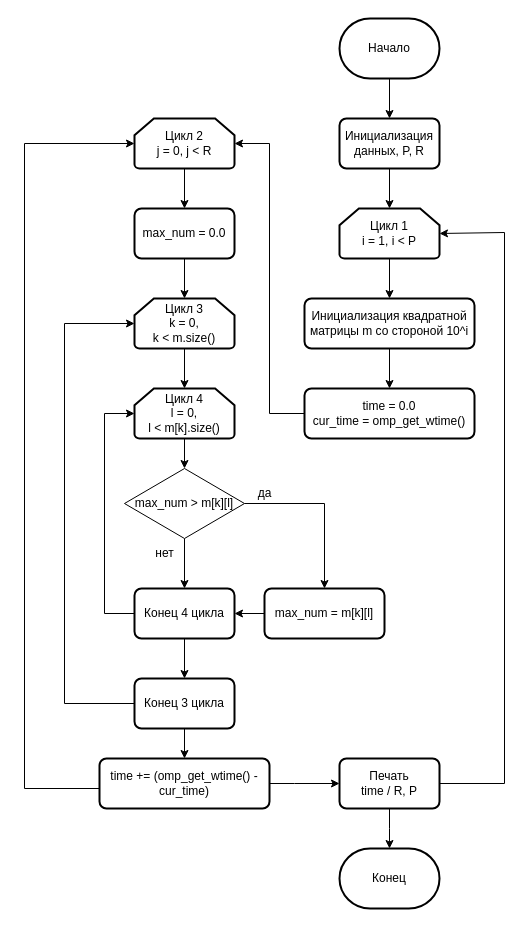
dyukoffv4/KustKust keeps this draw.io diagram as TestSQL/Panin_PA.drawio. Above is the earlier version. Source tidied: cells renumbered, new cells numbered last; positions are measured from the earlier drawing's top-left corner, leaving out a move shared by most shapes. Both pictures are drawn from the tidied source at 100%, with x=0, y=0 at pixel (24, 18).
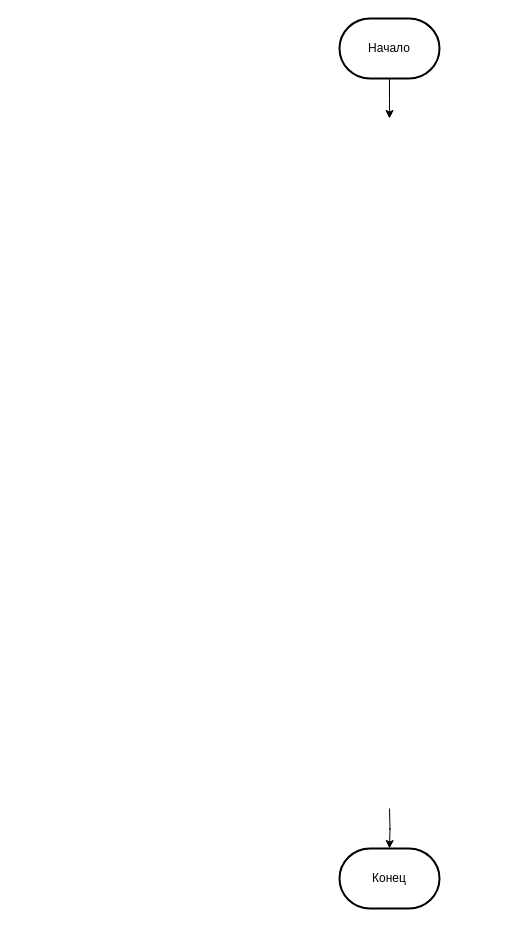
Above is the later version.

Unchanged cells that the change refers to:
```xml
<mxCell id="3" value="Начало" style="strokeWidth=2;html=1;shape=mxgraph.flowchart.terminator;whiteSpace=wrap;" parent="1" vertex="1">
  <mxGeometry x="315" width="100" height="60" as="geometry" />
</mxCell>
```

The edit, as a diff of the source:
```diff
@@
-    <mxCell id="2" style="edgeStyle=orthogonalEdgeStyle;rounded=0;jettySize=auto;html=1;" parent="1" edge="1" source="3" target="5">
-      <mxGeometry relative="1" as="geometry" />
+    <mxCell id="2" style="edgeStyle=orthogonalEdgeStyle;rounded=0;jettySize=auto;html=1;" parent="1" edge="1" source="3">
+      <mxGeometry relative="1" as="geometry">
+        <mxPoint x="365" y="100" as="targetPoint" />
+      </mxGeometry>
     </mxCell>
@@
-    <mxCell id="4" style="edgeStyle=orthogonalEdgeStyle;rounded=0;jettySize=auto;html=1;" parent="1" edge="1" source="5" target="7">
-      <mxGeometry relative="1" as="geometry" />
-    </mxCell>
-    <mxCell id="5" value="Инициализация данных, P, R" style="rounded=1;whiteSpace=wrap;html=1;absoluteArcSize=1;arcSize=14;strokeWidth=2;" parent="1" vertex="1">
-      <mxGeometry x="315" y="100" width="100" height="50" as="geometry" />
-    </mxCell>
-    <mxCell id="6" style="edgeStyle=orthogonalEdgeStyle;rounded=0;jettySize=auto;html=1;entryX=0.5;entryY=0;entryDx=0;entryDy=0;" parent="1" edge="1" source="7" target="15">
-      <mxGeometry relative="1" as="geometry" />
-    </mxCell>
-    <mxCell id="7" value="Цикл 1&lt;br&gt;i = 1, i &amp;lt; P" style="strokeWidth=2;html=1;shape=mxgraph.flowchart.loop_limit;whiteSpace=wrap;" parent="1" vertex="1">
-      <mxGeometry x="315" y="190" width="100" height="50" as="geometry" />
-    </mxCell>
-    <mxCell id="8" style="edgeStyle=orthogonalEdgeStyle;rounded=0;jettySize=auto;html=1;" parent="1" edge="1" source="9" target="13">
-      <mxGeometry relative="1" as="geometry" />
-    </mxCell>
-    <mxCell id="9" value="Цикл 2&lt;br&gt;j = 0, j &amp;lt; R" style="strokeWidth=2;html=1;shape=mxgraph.flowchart.loop_limit;whiteSpace=wrap;" parent="1" vertex="1">
-      <mxGeometry x="110" y="100" width="100" height="50" as="geometry" />
-    </mxCell>
-    <mxCell id="10" value="Цикл 3&lt;br&gt;k = 0,&lt;br&gt;k &amp;lt; m.size()" style="strokeWidth=2;html=1;shape=mxgraph.flowchart.loop_limit;whiteSpace=wrap;" parent="1" vertex="1">
-      <mxGeometry x="110" y="280" width="100" height="50" as="geometry" />
-    </mxCell>
-    <mxCell id="11" style="edgeStyle=orthogonalEdgeStyle;rounded=0;jettySize=auto;html=1;entryX=1;entryY=0.5;entryDx=0;entryDy=0;" parent="1" edge="1" source="12" target="35">
-      <mxGeometry relative="1" as="geometry" />
-    </mxCell>
-    <mxCell id="12" value="max_num = m[k][l]" style="rounded=1;whiteSpace=wrap;html=1;absoluteArcSize=1;arcSize=14;strokeWidth=2;" parent="1" vertex="1">
-      <mxGeometry x="240" y="570" width="120" height="50" as="geometry" />
-    </mxCell>
-    <mxCell id="13" value="max_num = 0.0" style="rounded=1;whiteSpace=wrap;html=1;absoluteArcSize=1;arcSize=14;strokeWidth=2;" parent="1" vertex="1">
-      <mxGeometry x="110" y="190" width="100" height="50" as="geometry" />
-    </mxCell>
-    <mxCell id="14" style="edgeStyle=orthogonalEdgeStyle;rounded=0;jettySize=auto;html=1;entryX=0.5;entryY=0;entryDx=0;entryDy=0;" parent="1" edge="1" source="15" target="16">
-      <mxGeometry relative="1" as="geometry" />
-    </mxCell>
-    <mxCell id="15" value="Инициализация квадратной матрицы m со стороной 10^i" style="rounded=1;whiteSpace=wrap;html=1;absoluteArcSize=1;arcSize=14;strokeWidth=2;" parent="1" vertex="1">
-      <mxGeometry x="280" y="280" width="170" height="50" as="geometry" />
-    </mxCell>
-    <mxCell id="16" value="time = 0.0&lt;br&gt;cur_time = omp_get_wtime()" style="rounded=1;whiteSpace=wrap;html=1;absoluteArcSize=1;arcSize=14;strokeWidth=2;" parent="1" vertex="1">
-      <mxGeometry x="280" y="370" width="170" height="50" as="geometry" />
-    </mxCell>
-    <mxCell id="17" style="edgeStyle=orthogonalEdgeStyle;rounded=0;jettySize=auto;html=1;entryX=0;entryY=0.5;entryDx=0;entryDy=0;exitX=1;exitY=0.5;exitDx=0;exitDy=0;" parent="1" edge="1" source="18" target="19">
-      <mxGeometry relative="1" as="geometry">
-        <Array as="points">
-          <mxPoint x="270" y="765" />
-          <mxPoint x="270" y="765" />
-        </Array>
-      </mxGeometry>
-    </mxCell>
-    <mxCell id="18" value="time += (omp_get_wtime() - cur_time)" style="rounded=1;whiteSpace=wrap;html=1;absoluteArcSize=1;arcSize=14;strokeWidth=2;" parent="1" vertex="1">
-      <mxGeometry x="75" y="740" width="170" height="50" as="geometry" />
-    </mxCell>
-    <mxCell id="19" value="Печать&lt;br&gt;time / R, P" style="rounded=1;whiteSpace=wrap;html=1;absoluteArcSize=1;arcSize=14;strokeWidth=2;" parent="1" vertex="1">
-      <mxGeometry x="315" y="740" width="100" height="50" as="geometry" />
-    </mxCell>
@@
-    <mxCell id="21" style="edgeStyle=orthogonalEdgeStyle;rounded=0;jettySize=auto;html=1;entryX=1;entryY=0.5;entryDx=0;entryDy=0;entryPerimeter=0;" parent="1" edge="1" source="16" target="9">
-      <mxGeometry relative="1" as="geometry">
-        <Array as="points">
-          <mxPoint x="245" y="395" />
-          <mxPoint x="245" y="125" />
-        </Array>
-      </mxGeometry>
-    </mxCell>
-    <mxCell id="22" style="edgeStyle=orthogonalEdgeStyle;rounded=0;jettySize=auto;html=1;entryX=0.5;entryY=0;entryDx=0;entryDy=0;entryPerimeter=0;" parent="1" edge="1" source="13" target="10">
-      <mxGeometry relative="1" as="geometry" />
-    </mxCell>
-    <mxCell id="23" style="edgeStyle=orthogonalEdgeStyle;rounded=0;jettySize=auto;html=1;entryX=0.5;entryY=0;entryDx=0;entryDy=0;entryPerimeter=0;" parent="1" edge="1" source="19">
+    <mxCell id="23" style="edgeStyle=orthogonalEdgeStyle;rounded=0;orthogonalLoop=1;jettySize=auto;html=1;entryX=0.5;entryY=0;entryDx=0;entryDy=0;entryPerimeter=0;" parent="1" edge="1">
       <mxGeometry relative="1" as="geometry">
+        <mxPoint x="365" y="790" as="sourcePoint" />
         <mxPoint x="365" y="830" as="targetPoint" />
       </mxGeometry>
     </mxCell>
-    <mxCell id="24" style="edgeStyle=orthogonalEdgeStyle;rounded=0;jettySize=auto;html=1;entryX=1;entryY=0.5;entryDx=0;entryDy=0;entryPerimeter=0;" parent="1" edge="1" source="19" target="7">
-      <mxGeometry relative="1" as="geometry">
-        <Array as="points">
-          <mxPoint x="480" y="765" />
-          <mxPoint x="480" y="214" />
-          <mxPoint x="415" y="214" />
-        </Array>
-      </mxGeometry>
-    </mxCell>
-    <mxCell id="25" style="edgeStyle=orthogonalEdgeStyle;rounded=0;jettySize=auto;html=1;entryX=0;entryY=0.5;entryDx=0;entryDy=0;entryPerimeter=0;" parent="1" edge="1" source="18" target="9">
-      <mxGeometry relative="1" as="geometry">
-        <Array as="points">
-          <mxPoint y="770" />
-          <mxPoint y="125" />
-        </Array>
-      </mxGeometry>
-    </mxCell>
-    <mxCell id="26" style="edgeStyle=orthogonalEdgeStyle;rounded=0;jettySize=auto;html=1;entryX=0.5;entryY=0;entryDx=0;entryDy=0;" parent="1" edge="1" source="27" target="30">
-      <mxGeometry relative="1" as="geometry" />
-    </mxCell>
-    <mxCell id="27" value="Цикл 4&lt;br&gt;l = 0,&lt;br&gt;l &amp;lt; m[k].size()" style="strokeWidth=2;html=1;shape=mxgraph.flowchart.loop_limit;whiteSpace=wrap;" parent="1" vertex="1">
-      <mxGeometry x="110" y="370" width="100" height="50" as="geometry" />
-    </mxCell>
-    <mxCell id="28" style="edgeStyle=orthogonalEdgeStyle;rounded=0;jettySize=auto;html=1;entryX=0.5;entryY=0;entryDx=0;entryDy=0;" parent="1" edge="1" source="30" target="12">
-      <mxGeometry relative="1" as="geometry">
-        <Array as="points">
-          <mxPoint x="300" y="485" />
-        </Array>
-      </mxGeometry>
-    </mxCell>
-    <mxCell id="29" style="edgeStyle=orthogonalEdgeStyle;rounded=0;jettySize=auto;html=1;entryX=0.5;entryY=0;entryDx=0;entryDy=0;" parent="1" edge="1" source="30" target="35">
-      <mxGeometry relative="1" as="geometry" />
-    </mxCell>
-    <mxCell id="30" value="max_num &amp;gt; m[k][l]" style="rhombus;whiteSpace=wrap;html=1;" parent="1" vertex="1">
-      <mxGeometry x="100" y="450" width="120" height="70" as="geometry" />
-    </mxCell>
-    <mxCell id="31" style="edgeStyle=orthogonalEdgeStyle;rounded=0;jettySize=auto;html=1;entryX=0.5;entryY=0;entryDx=0;entryDy=0;entryPerimeter=0;" parent="1" edge="1" source="10" target="27">
-      <mxGeometry relative="1" as="geometry" />
-    </mxCell>
-    <mxCell id="32" value="нет" style="text;html=1;align=center;verticalAlign=middle;strokeColor=none;fillColor=none;" parent="1" vertex="1">
-      <mxGeometry x="120" y="520" width="40" height="30" as="geometry" />
-    </mxCell>
-    <mxCell id="33" value="да" style="text;html=1;align=center;verticalAlign=middle;strokeColor=none;fillColor=none;" parent="1" vertex="1">
-      <mxGeometry x="220" y="460" width="40" height="30" as="geometry" />
-    </mxCell>
-    <mxCell id="34" style="edgeStyle=orthogonalEdgeStyle;rounded=0;jettySize=auto;html=1;entryX=0.5;entryY=0;entryDx=0;entryDy=0;" parent="1" edge="1" source="35" target="37">
-      <mxGeometry relative="1" as="geometry" />
-    </mxCell>
-    <mxCell id="35" value="Конец 4 цикла" style="rounded=1;whiteSpace=wrap;html=1;absoluteArcSize=1;arcSize=14;strokeWidth=2;" parent="1" vertex="1">
-      <mxGeometry x="110" y="570" width="100" height="50" as="geometry" />
-    </mxCell>
-    <mxCell id="36" style="edgeStyle=orthogonalEdgeStyle;rounded=0;jettySize=auto;html=1;entryX=0.5;entryY=0;entryDx=0;entryDy=0;" parent="1" edge="1" source="37" target="18">
-      <mxGeometry relative="1" as="geometry" />
-    </mxCell>
-    <mxCell id="37" value="Конец 3 цикла" style="rounded=1;whiteSpace=wrap;html=1;absoluteArcSize=1;arcSize=14;strokeWidth=2;" parent="1" vertex="1">
-      <mxGeometry x="110" y="660" width="100" height="50" as="geometry" />
-    </mxCell>
-    <mxCell id="38" style="edgeStyle=orthogonalEdgeStyle;rounded=0;jettySize=auto;html=1;entryX=0;entryY=0.5;entryDx=0;entryDy=0;entryPerimeter=0;" parent="1" edge="1" source="37" target="10">
-      <mxGeometry relative="1" as="geometry">
-        <Array as="points">
-          <mxPoint x="40" y="685" />
-          <mxPoint x="40" y="305" />
-        </Array>
-      </mxGeometry>
-    </mxCell>
-    <mxCell id="39" style="edgeStyle=orthogonalEdgeStyle;rounded=0;jettySize=auto;html=1;entryX=0;entryY=0.5;entryDx=0;entryDy=0;entryPerimeter=0;" parent="1" edge="1" source="35" target="27">
-      <mxGeometry relative="1" as="geometry">
-        <Array as="points">
-          <mxPoint x="80" y="595" />
-          <mxPoint x="80" y="395" />
-        </Array>
-      </mxGeometry>
-    </mxCell>
```
